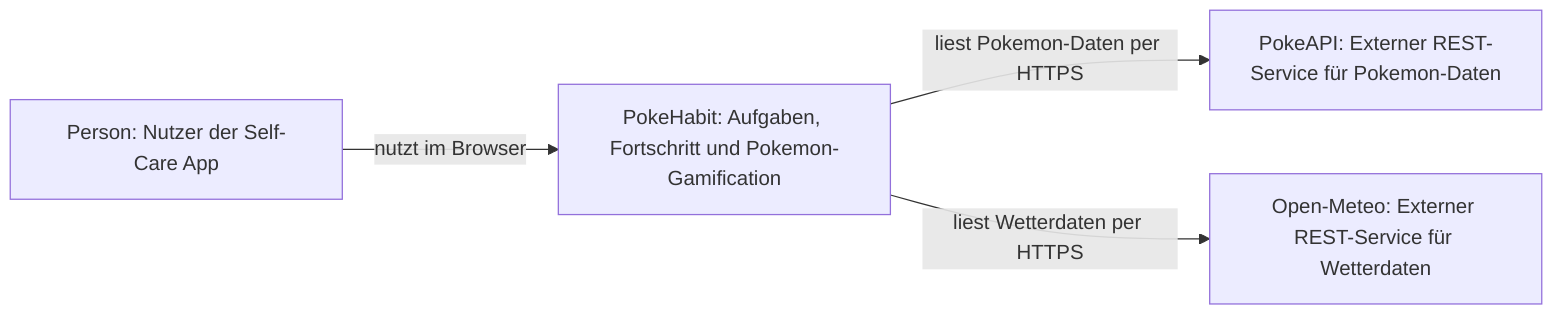
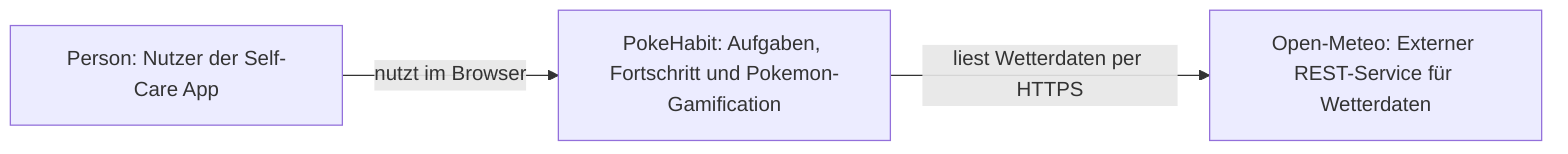
- ```mermaid
flowchart LR
    USER["Person: Nutzer der Self-Care App"]
    SCS["PokeHabit: Aufgaben, Fortschritt und Pokemon-Gamification"]
-     POKEAPI["PokeAPI: Externer REST-Service für Pokemon-Daten"]
    WEATHER["Open-Meteo: Externer REST-Service für Wetterdaten"]

    USER -->|nutzt im Browser| SCS
-     SCS -->|liest Pokemon-Daten per HTTPS| POKEAPI
-     SCS -->|liest Wetterdaten per HTTPS| WEATHER
- ```
+     SCS -->|liest Wetterdaten per HTTPS| WEATHER